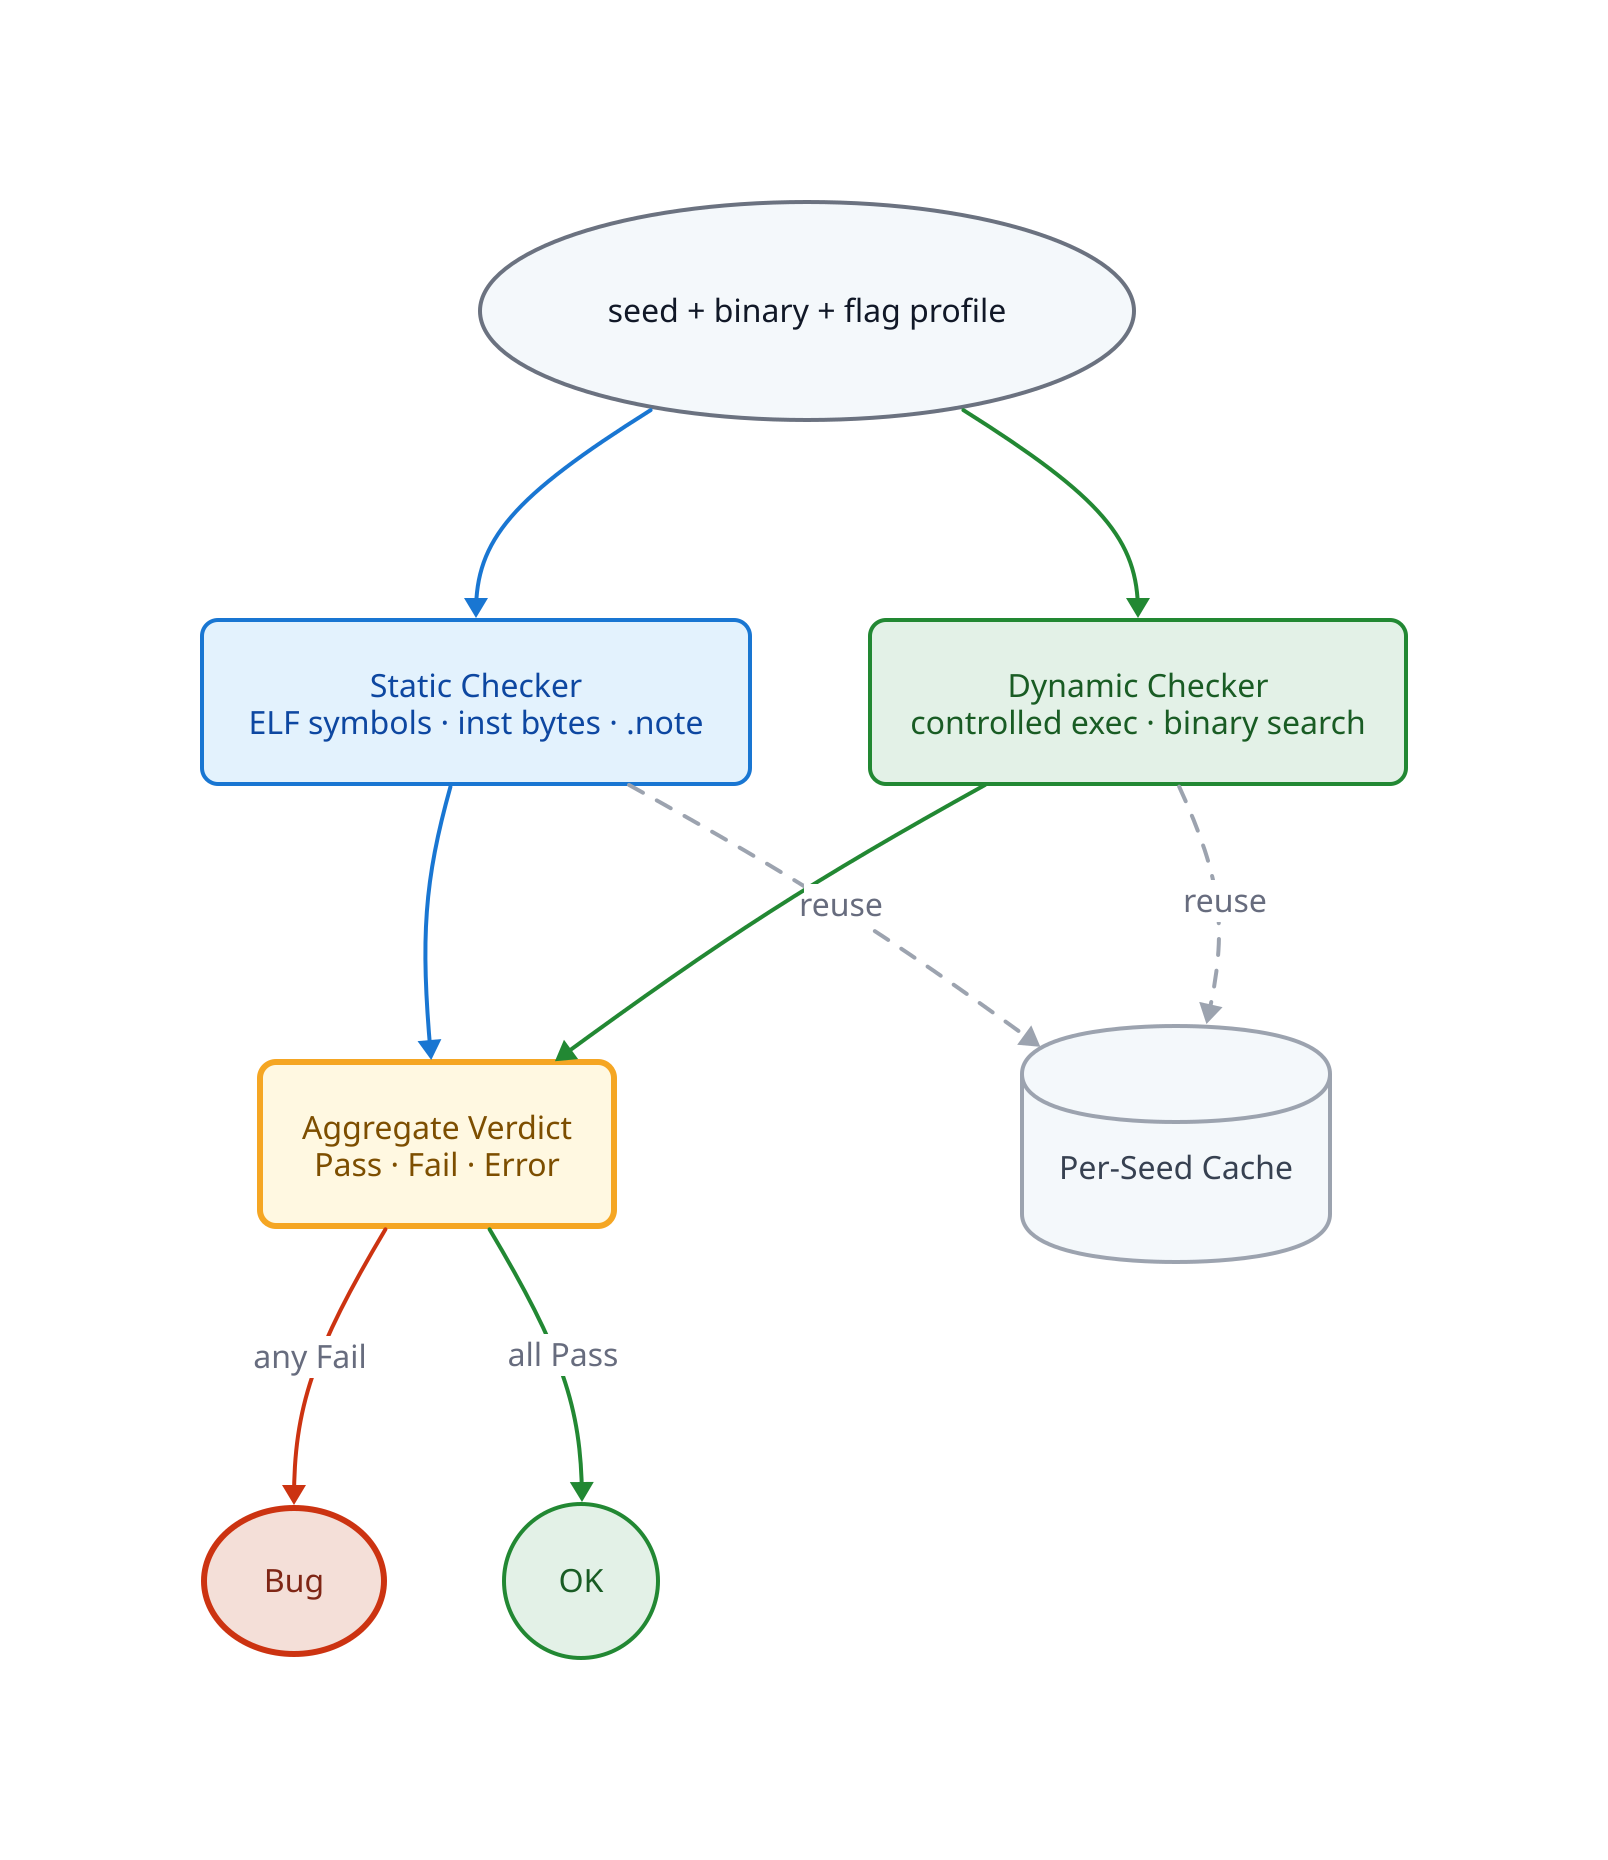
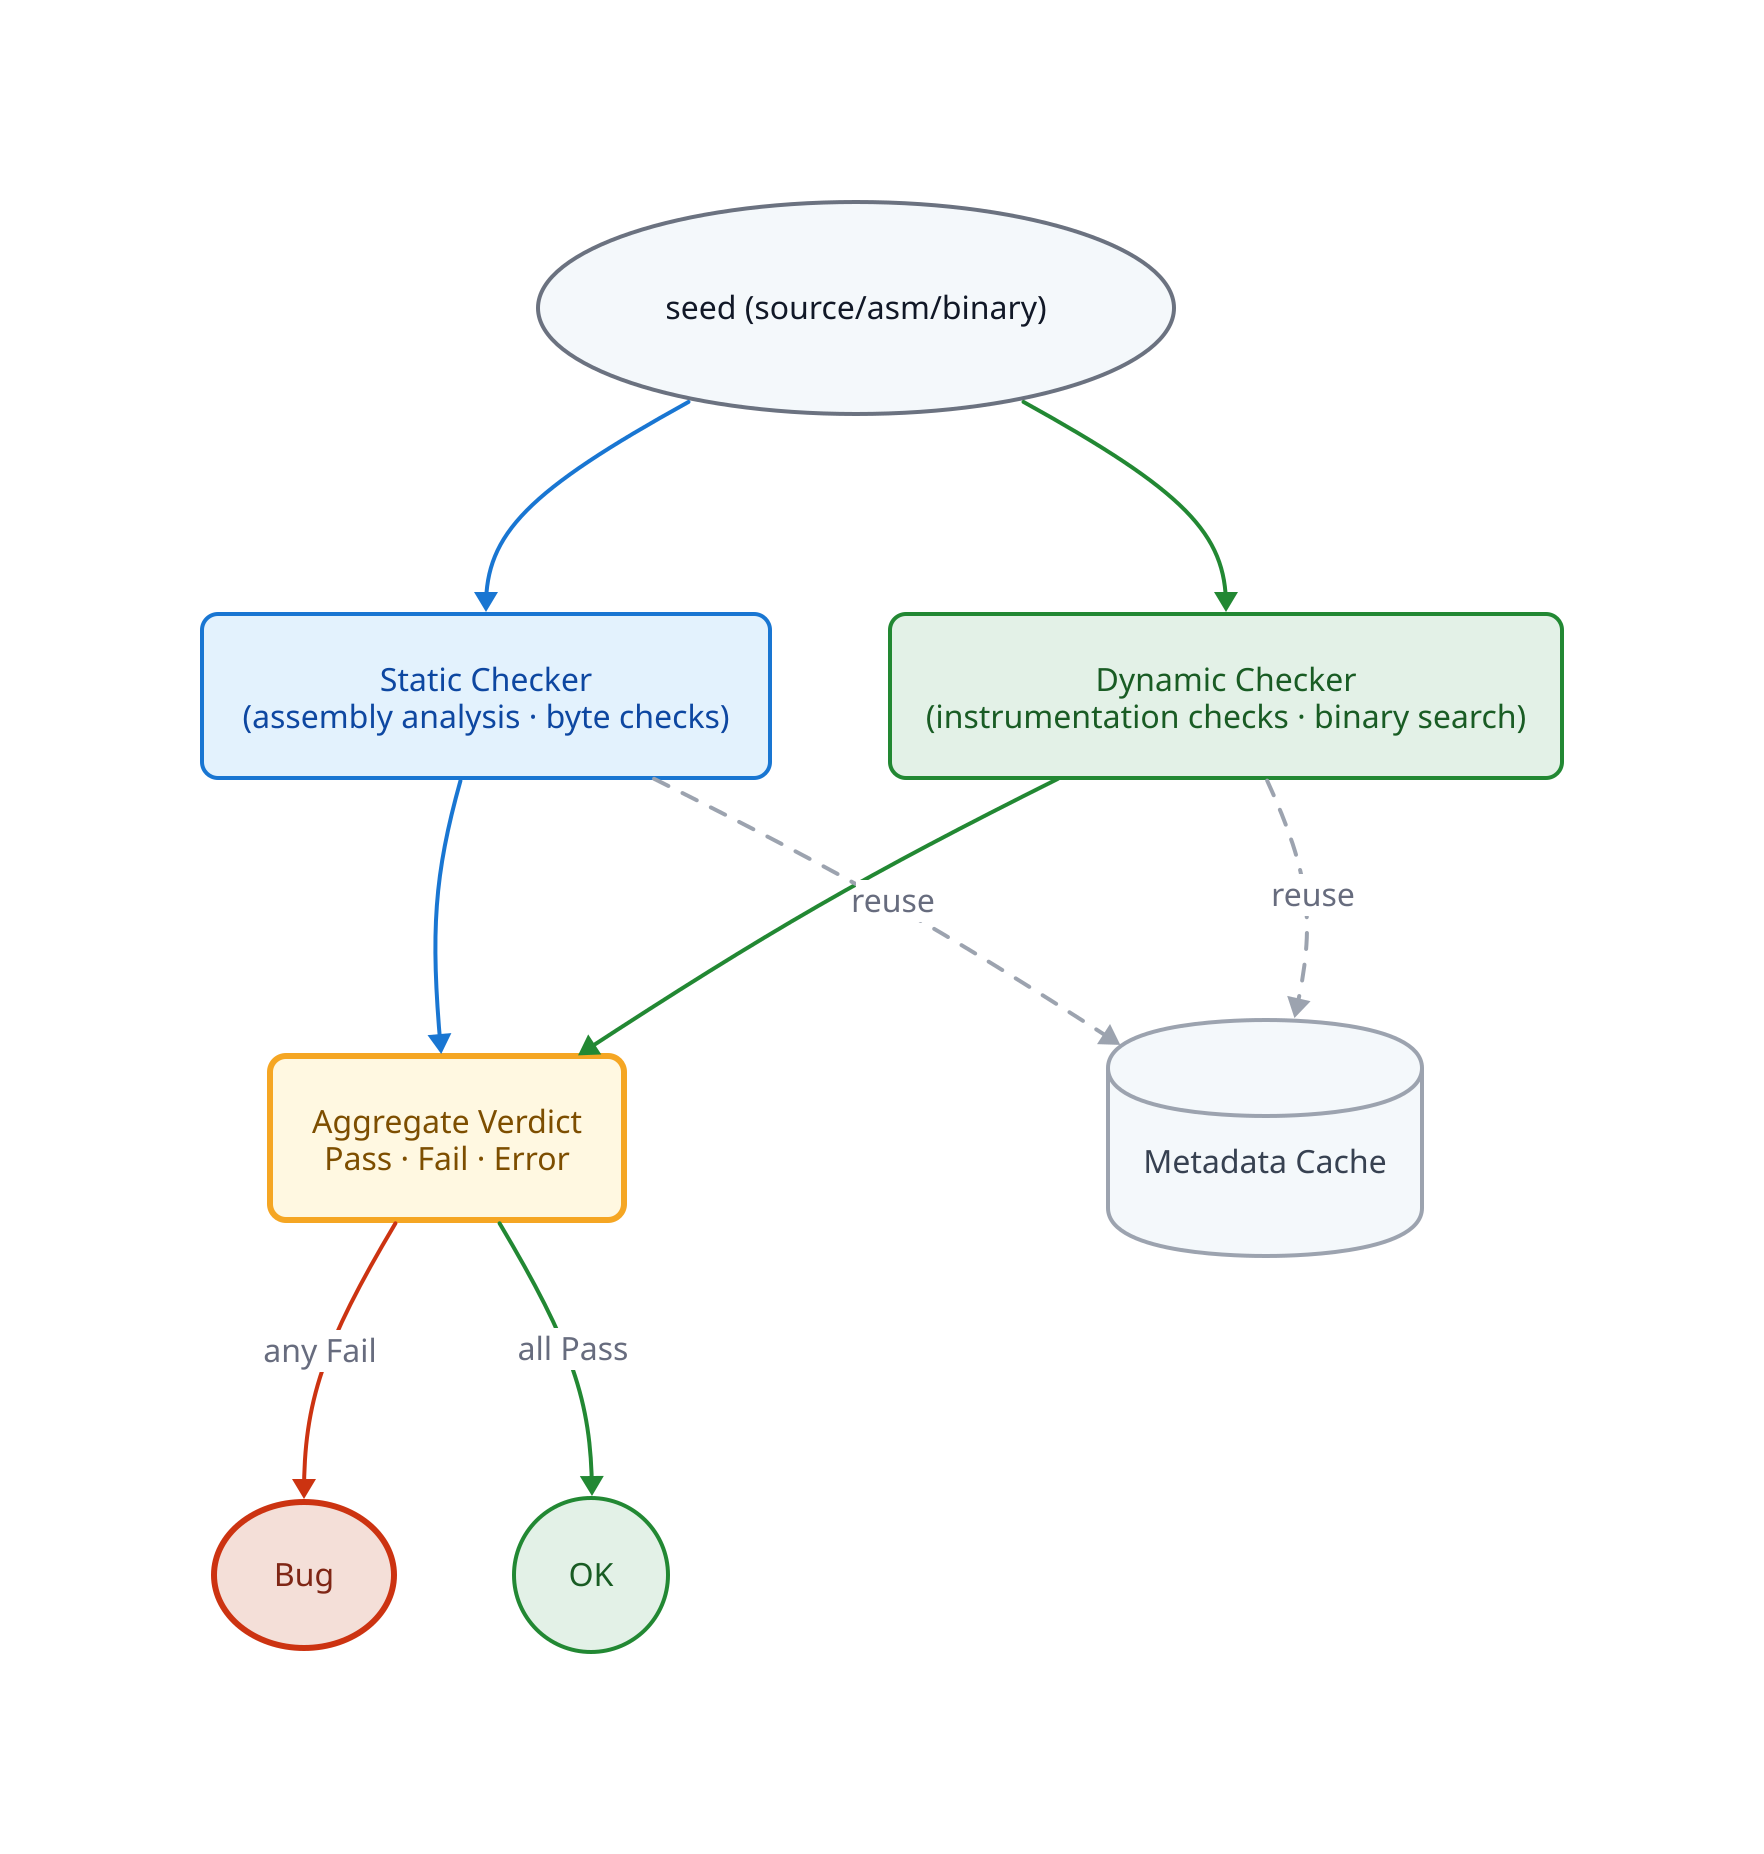
# Figure 5 — defense invariant oracle decision flow (English)
# render: d2 --layout=dagre --pad=24 oracle-flow.en.d2 oracle-flow.en.svg

direction: down

- start: "seed + binary + flag profile" {
+ start: "seed (source/asm/binary)" {
  shape: oval
  style: {
    fill: "#F4F8FB"; stroke: "#6B7280"; stroke-width: 2
    font-color: "#111827"
  }
}

- static: "Static Checker\nELF symbols · inst bytes · .note" {
+ static: "Static Checker\n(assembly analysis · byte checks)" {
  style: {
    fill: "#E3F2FD"; stroke: "#1976D2"; stroke-width: 2
    font-color: "#0D47A1"; border-radius: 8
  }
}

- dynamic: "Dynamic Checker\ncontrolled exec · binary search" {
+ dynamic: "Dynamic Checker\n(instrumentation checks · binary search)" {
  style: {
    fill: "#E3F1E7"; stroke: "#228833"; stroke-width: 2
    font-color: "#195C24"; border-radius: 8
  }
}

verdict: "Aggregate Verdict\nPass · Fail · Error" {
  style: {
    fill: "#FFF8E1"; stroke: "#F5A623"; stroke-width: 3
    font-color: "#7D4E00"; border-radius: 8; bold: true
  }
}

bug: "Bug" {
  shape: oval
  style: {
    fill: "#F4DFD8"; stroke: "#CC3311"; stroke-width: 3
    font-color: "#7F2615"; bold: true
  }
}

nobug: "OK" {
  shape: oval
  style: {
    fill: "#E3F1E7"; stroke: "#228833"; stroke-width: 2
    font-color: "#195C24"
  }
}

- cache: "Per-Seed Cache" {
+ cache: "Metadata Cache" {
  shape: cylinder
  style: {
    fill: "#F4F8FB"; stroke: "#9CA3AF"; stroke-width: 2
    font-color: "#374151"
  }
}

start -> static  { style: { stroke: "#1976D2"; stroke-width: 2 } }
start -> dynamic { style: { stroke: "#228833"; stroke-width: 2 } }
static  -> verdict { style: { stroke: "#1976D2"; stroke-width: 2 } }
dynamic -> verdict { style: { stroke: "#228833"; stroke-width: 2 } }
verdict -> bug:   "any Fail" { style: { stroke: "#CC3311"; stroke-width: 2 } }
verdict -> nobug: "all Pass" { style: { stroke: "#228833"; stroke-width: 2 } }

static  -> cache: "reuse" { style: { stroke: "#9CA3AF"; stroke-width: 2; stroke-dash: 4 } }
dynamic -> cache: "reuse" { style: { stroke: "#9CA3AF"; stroke-width: 2; stroke-dash: 4 } }
